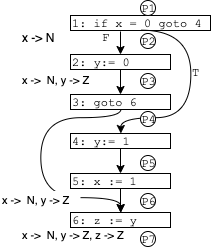
CMU-program-analysis/CMU-program-analysis.github.io keeps this draw.io diagram as lecture-notes/2020/images/df-notes-if1.png. Above is the earlier version. Source tidied: cells renumbered, new cells last; positions are measured from the earlier drawing's top-left corner, leaving out a move shared by most shapes.
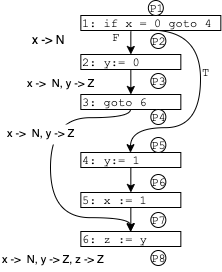
The same file after the commit.

What changed in the source:
```diff
@@ -3,19 +3,19 @@
     <mxCell id="0" />
     <mxCell id="1" parent="0" />
     <mxCell id="2" value="1: if x = 0 goto 4" style="rounded=0;whiteSpace=wrap;html=1;fillColor=#ffffff;fontSize=12;align=left;fontFamily=Courier New;" parent="1" vertex="1">
-      <mxGeometry x="70" y="15" width="140" height="15" as="geometry" />
+      <mxGeometry x="377.3" y="89" width="140" height="15" as="geometry" />
     </mxCell>
     <mxCell id="3" value="2: y:= 0" style="rounded=0;whiteSpace=wrap;html=1;fillColor=#ffffff;fontSize=12;align=left;fontFamily=Courier New;" parent="1" vertex="1">
-      <mxGeometry x="70" y="54" width="100" height="15" as="geometry" />
+      <mxGeometry x="377.3" y="128" width="100" height="15" as="geometry" />
     </mxCell>
     <mxCell id="4" value="3: goto 6" style="rounded=0;whiteSpace=wrap;html=1;fillColor=#ffffff;fontSize=12;align=left;fontFamily=Courier New;" parent="1" vertex="1">
-      <mxGeometry x="70" y="94" width="100" height="15" as="geometry" />
+      <mxGeometry x="377.3" y="168" width="100" height="15" as="geometry" />
     </mxCell>
     <mxCell id="5" value="4: y:= 1" style="rounded=0;whiteSpace=wrap;html=1;fillColor=#ffffff;fontSize=12;align=left;fontFamily=Courier New;" parent="1" vertex="1">
-      <mxGeometry x="70" y="133" width="100" height="15" as="geometry" />
+      <mxGeometry x="377.3" y="226" width="100" height="15" as="geometry" />
     </mxCell>
     <mxCell id="6" value="5: x := 1" style="rounded=0;whiteSpace=wrap;html=1;fillColor=#ffffff;fontSize=12;align=left;fontFamily=Courier New;" parent="1" vertex="1">
-      <mxGeometry x="70" y="173" width="100" height="15" as="geometry" />
+      <mxGeometry x="377.3" y="266" width="100" height="15" as="geometry" />
     </mxCell>
     <mxCell id="7" style="endArrow=classic;html=1;fontFamily=Courier New;fontSize=12;exitX=0.5;exitY=1;entryX=0.5;entryY=0;" parent="1" edge="1" source="5" target="6">
       <mxGeometry relative="1" as="geometry" />
@@ -25,72 +25,75 @@
     </mxCell>
     <mxCell id="9" style="endArrow=classic;html=1;fontFamily=Courier New;fontSize=12;entryX=0.5;entryY=0;" parent="1" edge="1" target="3">
       <mxGeometry relative="1" as="geometry">
-        <mxPoint x="120" y="31" as="sourcePoint" />
+        <mxPoint x="427.3" y="105" as="sourcePoint" />
       </mxGeometry>
     </mxCell>
     <mxCell id="10" value="&lt;div style=&quot;text-align: center&quot;&gt;P2&lt;/div&gt;" style="ellipse;whiteSpace=wrap;html=1;fillColor=#ffffff;fontFamily=Courier New;fontSize=12;align=center;" parent="1" vertex="1">
-      <mxGeometry x="140" y="33" width="15" height="15" as="geometry" />
+      <mxGeometry x="447.3" y="107" width="15" height="15" as="geometry" />
     </mxCell>
     <mxCell id="11" value="&lt;div style=&quot;text-align: center&quot;&gt;P3&lt;/div&gt;" style="ellipse;whiteSpace=wrap;html=1;fillColor=#ffffff;fontFamily=Courier New;fontSize=12;align=center;" parent="1" vertex="1">
-      <mxGeometry x="140" y="73" width="15" height="15" as="geometry" />
+      <mxGeometry x="447.3" y="147" width="15" height="15" as="geometry" />
     </mxCell>
-    <mxCell id="12" value="&lt;div style=&quot;text-align: center&quot;&gt;P5&lt;/div&gt;" style="ellipse;whiteSpace=wrap;html=1;fillColor=#ffffff;fontFamily=Courier New;fontSize=12;align=center;" parent="1" vertex="1">
-      <mxGeometry x="140" y="155" width="15" height="15" as="geometry" />
+    <mxCell id="12" value="&lt;div style=&quot;text-align: center&quot;&gt;P6&lt;/div&gt;" style="ellipse;whiteSpace=wrap;html=1;fillColor=#ffffff;fontFamily=Courier New;fontSize=12;align=center;" parent="1" vertex="1">
+      <mxGeometry x="447.3" y="248" width="15" height="15" as="geometry" />
     </mxCell>
-    <mxCell id="13" value="&lt;div style=&quot;text-align: center&quot;&gt;P6&lt;/div&gt;" style="ellipse;whiteSpace=wrap;html=1;fillColor=#ffffff;fontFamily=Courier New;fontSize=12;align=center;" parent="1" vertex="1">
-      <mxGeometry x="140" y="193" width="15" height="15" as="geometry" />
+    <mxCell id="13" value="&lt;div style=&quot;text-align: center&quot;&gt;P7&lt;/div&gt;" style="ellipse;whiteSpace=wrap;html=1;fillColor=#ffffff;fontFamily=Courier New;fontSize=12;align=center;" parent="1" vertex="1">
+      <mxGeometry x="447.3" y="286" width="15" height="15" as="geometry" />
     </mxCell>
     <mxCell id="14" value="6: z := y" style="rounded=0;whiteSpace=wrap;html=1;fillColor=#ffffff;fontSize=12;align=left;fontFamily=Courier New;" parent="1" vertex="1">
-      <mxGeometry x="70" y="212" width="100" height="15" as="geometry" />
+      <mxGeometry x="377.3" y="305" width="100" height="15" as="geometry" />
     </mxCell>
     <mxCell id="15" style="endArrow=classic;html=1;fontFamily=Courier New;fontSize=12;exitX=0.5;exitY=1;entryX=0.5;entryY=0;edgeStyle=orthogonalEdgeStyle;curved=1;" parent="1" edge="1" source="2" target="5">
       <mxGeometry relative="1" as="geometry">
         <Array as="points">
-          <mxPoint x="190" y="30" />
-          <mxPoint x="190" y="117" />
-          <mxPoint x="120" y="117" />
+          <mxPoint x="497.3" y="104" />
+          <mxPoint x="497.3" y="201" />
+          <mxPoint x="427.3" y="201" />
         </Array>
       </mxGeometry>
     </mxCell>
     <mxCell id="16" style="endArrow=classic;html=1;fontFamily=Courier New;fontSize=12;exitX=0.5;exitY=1;edgeStyle=orthogonalEdgeStyle;curved=1;entryX=0.5;entryY=0;" parent="1" edge="1" source="4" target="14">
       <mxGeometry relative="1" as="geometry">
         <Array as="points">
-          <mxPoint x="120" y="117" />
-          <mxPoint x="40" y="117" />
-          <mxPoint x="40" y="197" />
-          <mxPoint x="120" y="197" />
+          <mxPoint x="427.3" y="191" />
+          <mxPoint x="347.3" y="191" />
+          <mxPoint x="347.3" y="291" />
+          <mxPoint x="427.3" y="291" />
         </Array>
       </mxGeometry>
     </mxCell>
-    <mxCell id="17" value="&lt;div style=&quot;text-align: center&quot;&gt;P7&lt;/div&gt;" style="ellipse;whiteSpace=wrap;html=1;fillColor=#ffffff;fontFamily=Courier New;fontSize=12;align=center;" parent="1" vertex="1">
-      <mxGeometry x="140" y="231" width="15" height="15" as="geometry" />
+    <mxCell id="17" value="&lt;div style=&quot;text-align: center&quot;&gt;P8&lt;/div&gt;" style="ellipse;whiteSpace=wrap;html=1;fillColor=#ffffff;fontFamily=Courier New;fontSize=12;align=center;" parent="1" vertex="1">
+      <mxGeometry x="447.3" y="324" width="15" height="15" as="geometry" />
     </mxCell>
     <mxCell id="18" style="endArrow=classic;html=1;fontFamily=Courier New;fontSize=12;exitX=0.5;exitY=1;entryX=0.5;entryY=0;" parent="1" edge="1" source="6" target="14">
       <mxGeometry relative="1" as="geometry" />
     </mxCell>
-    <mxCell id="19" value="&lt;div style=&quot;text-align: center&quot;&gt;P4&lt;/div&gt;" style="ellipse;whiteSpace=wrap;html=1;fillColor=#ffffff;fontFamily=Courier New;fontSize=12;align=center;" parent="1" vertex="1">
-      <mxGeometry x="140" y="111" width="15" height="15" as="geometry" />
+    <mxCell id="19" value="T" style="text;html=1;align=left;verticalAlign=top;spacingTop=-4;fontSize=12;fontFamily=Courier New;" parent="1" vertex="1">
+      <mxGeometry x="497.3" y="137" width="20" height="20" as="geometry" />
     </mxCell>
-    <mxCell id="20" value="T" style="text;html=1;align=left;verticalAlign=top;spacingTop=-4;fontSize=12;fontFamily=Courier New;" parent="1" vertex="1">
-      <mxGeometry x="190" y="63" width="20" height="20" as="geometry" />
+    <mxCell id="20" value="F" style="text;html=1;align=left;verticalAlign=top;spacingTop=-4;fontSize=12;fontFamily=Courier New;" parent="1" vertex="1">
+      <mxGeometry x="407.3" y="102" width="20" height="20" as="geometry" />
     </mxCell>
-    <mxCell id="21" value="F" style="text;html=1;align=left;verticalAlign=top;spacingTop=-4;fontSize=12;fontFamily=Courier New;" parent="1" vertex="1">
-      <mxGeometry x="100" y="28" width="20" height="20" as="geometry" />
+    <mxCell id="21" value="&lt;div style=&quot;text-align: center&quot;&gt;P1&lt;/div&gt;" style="ellipse;whiteSpace=wrap;html=1;fillColor=#ffffff;fontFamily=Courier New;fontSize=12;align=center;" parent="1" vertex="1">
+      <mxGeometry x="444.8" y="74" width="15" height="15" as="geometry" />
     </mxCell>
-    <mxCell id="22" value="&lt;font face=&quot;Helvetica&quot;&gt;x -&amp;gt; N&lt;/font&gt;" style="text;html=1;align=left;verticalAlign=top;spacingTop=-4;fontSize=12;fontFamily=Courier New;" parent="1" vertex="1">
-      <mxGeometry x="20" y="28" width="50" height="20" as="geometry" />
+    <mxCell id="22" value="&lt;div style=&quot;text-align: center&quot;&gt;P4&lt;/div&gt;" style="ellipse;whiteSpace=wrap;html=1;fillColor=#ffffff;fontFamily=Courier New;fontSize=12;align=center;" parent="1" vertex="1">
+      <mxGeometry x="447.3" y="183" width="15" height="15" as="geometry" />
     </mxCell>
-    <mxCell id="23" value="&lt;font face=&quot;Helvetica&quot; style=&quot;font-size: 11px&quot;&gt;x -&amp;gt;&amp;nbsp; N, y -&amp;gt; Z&lt;/font&gt;" style="text;html=1;align=left;verticalAlign=top;spacingTop=-4;fontSize=12;fontFamily=Courier New;" parent="1" vertex="1">
-      <mxGeometry x="20" y="71" width="80" height="20" as="geometry" />
+    <mxCell id="23" value="&lt;div style=&quot;text-align: center&quot;&gt;P5&lt;/div&gt;" style="ellipse;whiteSpace=wrap;html=1;fillColor=#ffffff;fontFamily=Courier New;fontSize=12;align=center;" parent="1" vertex="1">
+      <mxGeometry x="447.3" y="211" width="15" height="15" as="geometry" />
     </mxCell>
-    <mxCell id="24" value="&lt;font face=&quot;Helvetica&quot; style=&quot;font-size: 11px&quot;&gt;x -&amp;gt;&amp;nbsp; N, y -&amp;gt; Z&lt;/font&gt;" style="text;html=1;align=left;verticalAlign=top;spacingTop=-4;fontSize=12;fontFamily=Courier New;fillColor=#ffffff;" parent="1" vertex="1">
-      <mxGeometry y="190.5" width="80" height="20" as="geometry" />
+    <mxCell id="24" value="&lt;font face=&quot;Helvetica&quot;&gt;x -&amp;gt; N&lt;/font&gt;" style="text;html=1;align=left;verticalAlign=top;spacingTop=-4;fontSize=12;fontFamily=Courier New;" parent="1" vertex="1">
+      <mxGeometry x="327.3" y="104" width="50" height="20" as="geometry" />
     </mxCell>
-    <mxCell id="25" value="&lt;font face=&quot;Helvetica&quot; style=&quot;font-size: 11px&quot;&gt;x -&amp;gt;&amp;nbsp; N, y -&amp;gt; Z, z -&amp;gt; Z&lt;/font&gt;" style="text;html=1;align=left;verticalAlign=top;spacingTop=-4;fontSize=12;fontFamily=Courier New;" parent="1" vertex="1">
-      <mxGeometry x="20" y="226" width="120" height="20" as="geometry" />
+    <mxCell id="25" value="&lt;font face=&quot;Helvetica&quot; style=&quot;font-size: 11px&quot;&gt;x -&amp;gt;&amp;nbsp; N, y -&amp;gt; Z&lt;/font&gt;" style="text;html=1;align=left;verticalAlign=top;spacingTop=-4;fontSize=12;fontFamily=Courier New;" parent="1" vertex="1">
+      <mxGeometry x="322.2" y="148" width="80" height="20" as="geometry" />
     </mxCell>
-    <mxCell id="26" value="&lt;div style=&quot;text-align: center&quot;&gt;P1&lt;/div&gt;" style="ellipse;whiteSpace=wrap;html=1;fillColor=#ffffff;fontFamily=Courier New;fontSize=12;align=center;" parent="1" vertex="1">
-      <mxGeometry x="140" width="15" height="15" as="geometry" />
+    <mxCell id="26" value="&lt;font face=&quot;Helvetica&quot; style=&quot;font-size: 11px&quot;&gt;x -&amp;gt;&amp;nbsp; N, y -&amp;gt; Z&lt;/font&gt;" style="text;html=1;align=left;verticalAlign=top;spacingTop=-4;fontSize=12;fontFamily=Courier New;fillColor=#ffffff;" parent="1" vertex="1">
+      <mxGeometry x="302.2" y="198" width="80" height="20" as="geometry" />
     </mxCell>
+    <mxCell id="27" value="&lt;font face=&quot;Helvetica&quot; style=&quot;font-size: 11px&quot;&gt;x -&amp;gt;&amp;nbsp; N, y -&amp;gt; Z, z -&amp;gt; Z&lt;/font&gt;" style="text;html=1;align=left;verticalAlign=top;spacingTop=-4;fontSize=12;fontFamily=Courier New;" parent="1" vertex="1">
+      <mxGeometry x="297.2" y="324" width="120" height="20" as="geometry" />
+    </mxCell>
   </root>
 </mxGraphModel>
```
